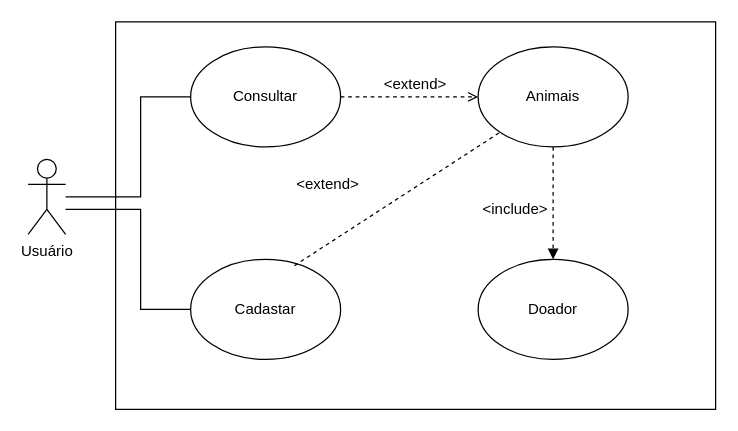
The draw.io diagram Untitled Diagram.drawio in mateuscaldasbr/nwl, before the edit. Source tidied: cells renumbered, new cells numbered last; positions are measured from the earlier drawing's top-left corner, leaving out a move shared by most shapes. Both pictures are drawn from the tidied source at 125%, with x=0, y=0 at pixel (28, 21).
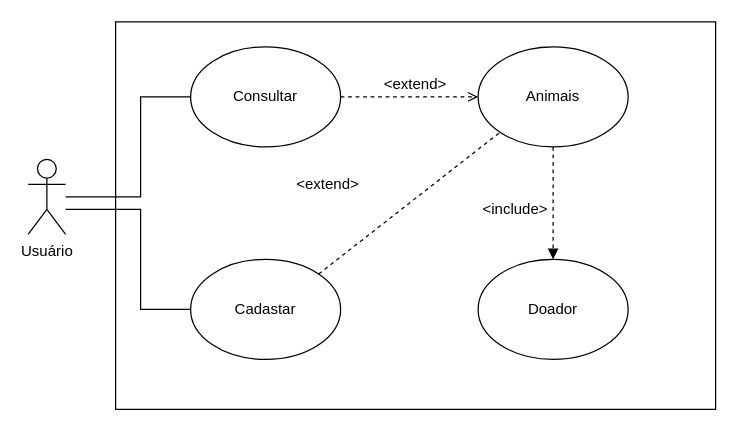
After the change.

The change refers to these unchanged cells:
```xml
<mxCell id="3" style="ellipse;whiteSpace=wrap;html=1;" parent="1" vertex="1">
  <mxGeometry x="130" y="190" width="120" height="80" as="geometry" />
</mxCell>
<mxCell id="11" style="ellipse;whiteSpace=wrap;html=1;" parent="1" vertex="1">
  <mxGeometry x="360" y="20" width="120" height="80" as="geometry" />
</mxCell>
```

Diff of the diagram source:
```diff
@@
-    <mxCell id="19" style="endArrow=none;dashed=1;html=1;exitX=0.692;exitY=0.063;exitDx=0;exitDy=0;exitPerimeter=0;entryX=0;entryY=1;entryDx=0;entryDy=0;" parent="1" edge="1" source="3" target="11">
+    <mxCell id="19" style="endArrow=none;dashed=1;html=1;exitX=1;exitY=0;exitDx=0;exitDy=0;entryX=0;entryY=1;entryDx=0;entryDy=0;" parent="1" edge="1" source="3" target="11">
       <mxGeometry relative="1" as="geometry" />
     </mxCell>
```
